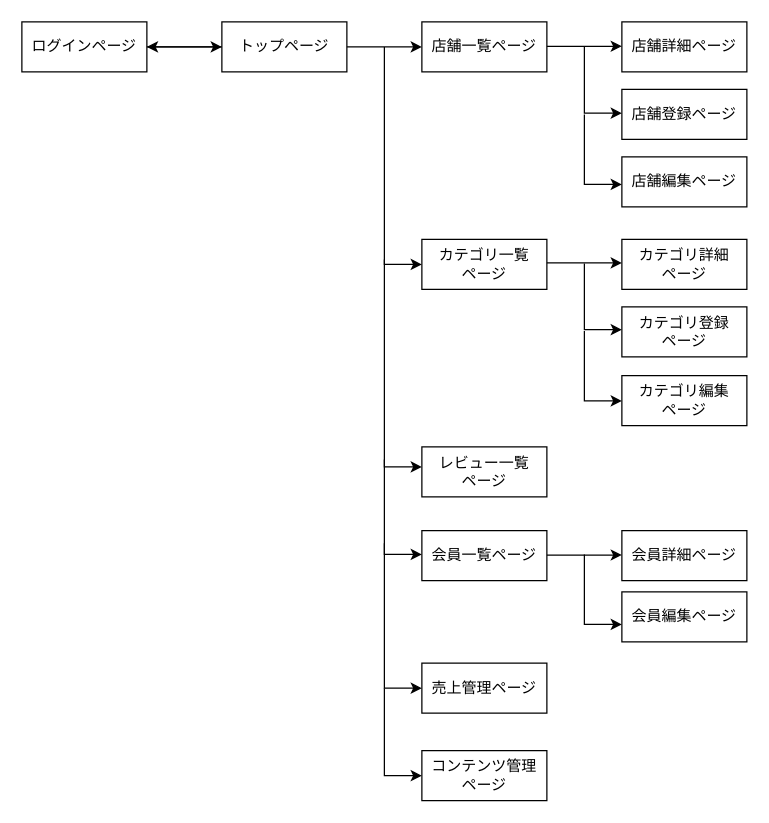
Before: page "管理者側" (1 of 2) of drawio/diagram.drawio in yeyue-40108/laravel-tabelog-kadai, a draw.io diagram. Source tidied: cells renumbered, new cells numbered last; positions are measured from the earlier drawing's top-left corner, leaving out a move shared by most shapes. Both pictures are drawn from the tidied source at 125%, with x=0, y=0 at pixel (21, 21).
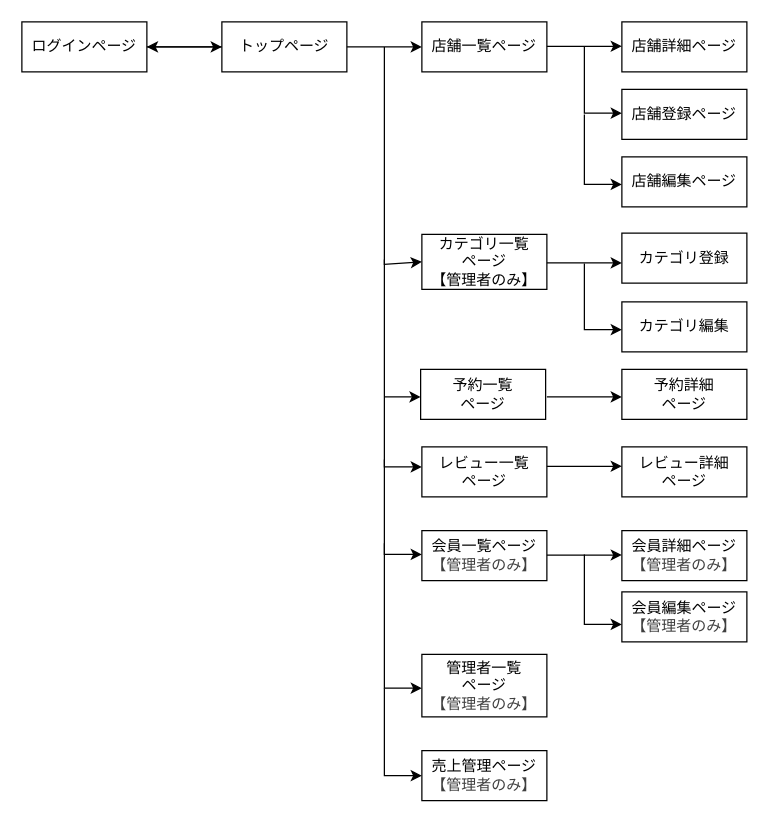
The same page after the edit.

Change to the diagram source:
```diff
@@
-    <mxCell id="9" value="カテゴリ一覧&lt;div&gt;ページ&lt;/div&gt;" style="rounded=0;whiteSpace=wrap;html=1;" parent="1" vertex="1">
-      <mxGeometry x="320" y="174" width="100" height="40" as="geometry" />
+    <mxCell id="9" value="カテゴリ一覧&lt;div&gt;ページ&lt;/div&gt;&lt;div&gt;【管理者のみ】&lt;/div&gt;" style="rounded=0;whiteSpace=wrap;html=1;" parent="1" vertex="1">
+      <mxGeometry x="320" y="170" width="100" height="44" as="geometry" />
     </mxCell>
-    <mxCell id="10" value="会員一覧ページ" style="rounded=0;whiteSpace=wrap;html=1;" parent="1" vertex="1">
+    <mxCell id="10" value="会員一覧ページ&lt;div&gt;&lt;span style=&quot;color: rgb(63, 63, 63);&quot;&gt;【管理者のみ】&lt;/span&gt;&lt;/div&gt;" style="rounded=0;whiteSpace=wrap;html=1;" parent="1" vertex="1">
       <mxGeometry x="320" y="407" width="100" height="40" as="geometry" />
     </mxCell>
-    <mxCell id="11" value="売上管理ページ" style="rounded=0;whiteSpace=wrap;html=1;" parent="1" vertex="1">
-      <mxGeometry x="320" y="513" width="100" height="40" as="geometry" />
+    <mxCell id="11" value="売上管理ページ&lt;div&gt;&lt;span style=&quot;color: rgb(63, 63, 63);&quot;&gt;【管理者のみ】&lt;/span&gt;&lt;/div&gt;" style="rounded=0;whiteSpace=wrap;html=1;" parent="1" vertex="1">
+      <mxGeometry x="320" y="583" width="100" height="40" as="geometry" />
     </mxCell>
-    <mxCell id="12" value="会員詳細ページ" style="rounded=0;whiteSpace=wrap;html=1;" parent="1" vertex="1">
+    <mxCell id="12" value="会員詳細ページ&lt;div&gt;&lt;span style=&quot;color: rgb(63, 63, 63);&quot;&gt;【管理者のみ】&lt;/span&gt;&lt;/div&gt;" style="rounded=0;whiteSpace=wrap;html=1;" parent="1" vertex="1">
       <mxGeometry x="480" y="407" width="100" height="40" as="geometry" />
     </mxCell>
-    <mxCell id="13" value="コンテンツ管理&lt;div&gt;ページ&lt;/div&gt;" style="rounded=0;whiteSpace=wrap;html=1;" parent="1" vertex="1">
-      <mxGeometry x="320" y="583" width="100" height="40" as="geometry" />
+    <mxCell id="13" value="管理者一覧&lt;div&gt;ページ&lt;/div&gt;&lt;div&gt;&lt;span style=&quot;color: rgb(63, 63, 63);&quot;&gt;【管理者のみ】&lt;/span&gt;&lt;/div&gt;" style="rounded=0;whiteSpace=wrap;html=1;" parent="1" vertex="1">
+      <mxGeometry x="320" y="506" width="100" height="50" as="geometry" />
     </mxCell>
@@
-    <mxCell id="24" value="カテゴリ詳細&lt;div&gt;ページ&lt;/div&gt;" style="rounded=0;whiteSpace=wrap;html=1;" parent="1" vertex="1">
-      <mxGeometry x="480" y="174" width="100" height="40" as="geometry" />
-    </mxCell>
-    <mxCell id="25" value="カテゴリ登録&lt;div&gt;ページ&lt;/div&gt;" style="rounded=0;whiteSpace=wrap;html=1;" parent="1" vertex="1">
-      <mxGeometry x="480" y="228" width="100" height="40" as="geometry" />
+    <mxCell id="25" value="カテゴリ登録" style="rounded=0;whiteSpace=wrap;html=1;" parent="1" vertex="1">
+      <mxGeometry x="480" y="169" width="100" height="40" as="geometry" />
     </mxCell>
-    <mxCell id="26" value="カテゴリ編集&lt;div&gt;ページ&lt;/div&gt;" style="rounded=0;whiteSpace=wrap;html=1;" parent="1" vertex="1">
-      <mxGeometry x="480" y="283" width="100" height="40" as="geometry" />
+    <mxCell id="26" value="カテゴリ編集" style="rounded=0;whiteSpace=wrap;html=1;" parent="1" vertex="1">
+      <mxGeometry x="480" y="224" width="100" height="40" as="geometry" />
     </mxCell>
-    <mxCell id="27" value="会員編集ページ" style="rounded=0;whiteSpace=wrap;html=1;" parent="1" vertex="1">
+    <mxCell id="27" value="会員編集ページ&lt;div&gt;&lt;span style=&quot;color: rgb(63, 63, 63);&quot;&gt;【管理者のみ】&lt;/span&gt;&lt;/div&gt;" style="rounded=0;whiteSpace=wrap;html=1;" parent="1" vertex="1">
       <mxGeometry x="480" y="456" width="100" height="40" as="geometry" />
     </mxCell>
@@
-    <mxCell id="30" style="endArrow=classic;html=1;rounded=0;curved=0;" parent="1" edge="1">
-      <mxGeometry relative="1" as="geometry">
-        <mxPoint x="450" y="247.2" as="sourcePoint" />
-        <mxPoint x="480" y="303.2" as="targetPoint" />
-        <Array as="points">
-          <mxPoint x="450" y="303.2" />
-        </Array>
-      </mxGeometry>
-    </mxCell>
@@
+    <mxCell id="34" value="レビュー詳細&lt;div&gt;ページ&lt;/div&gt;" style="rounded=0;whiteSpace=wrap;html=1;" parent="1" vertex="1">
+      <mxGeometry x="480" y="340" width="100" height="40" as="geometry" />
+    </mxCell>
+    <mxCell id="35" style="endArrow=classic;html=1;exitX=1;exitY=0.5;exitDx=0;exitDy=0;" parent="1" edge="1">
+      <mxGeometry relative="1" as="geometry">
+        <mxPoint x="420" y="355.5" as="sourcePoint" />
+        <mxPoint x="480" y="355.5" as="targetPoint" />
+      </mxGeometry>
+    </mxCell>
+    <mxCell id="36" style="endArrow=classic;html=1;exitX=1;exitY=0.5;exitDx=0;exitDy=0;" parent="1" edge="1">
+      <mxGeometry relative="1" as="geometry">
+        <mxPoint x="420" y="300" as="sourcePoint" />
+        <mxPoint x="480" y="300" as="targetPoint" />
+      </mxGeometry>
+    </mxCell>
+    <mxCell id="37" value="予約一覧&lt;div&gt;ページ&lt;/div&gt;" style="rounded=0;whiteSpace=wrap;html=1;" parent="1" vertex="1">
+      <mxGeometry x="319" y="278" width="100" height="40" as="geometry" />
+    </mxCell>
+    <mxCell id="38" value="予約詳細&lt;div&gt;ページ&lt;/div&gt;" style="rounded=0;whiteSpace=wrap;html=1;" parent="1" vertex="1">
+      <mxGeometry x="480" y="278" width="100" height="40" as="geometry" />
+    </mxCell>
+    <mxCell id="39" style="endArrow=classic;html=1;" parent="1" edge="1">
+      <mxGeometry relative="1" as="geometry">
+        <mxPoint x="290" y="300" as="sourcePoint" />
+        <mxPoint x="319" y="300" as="targetPoint" />
+      </mxGeometry>
+    </mxCell>
```
